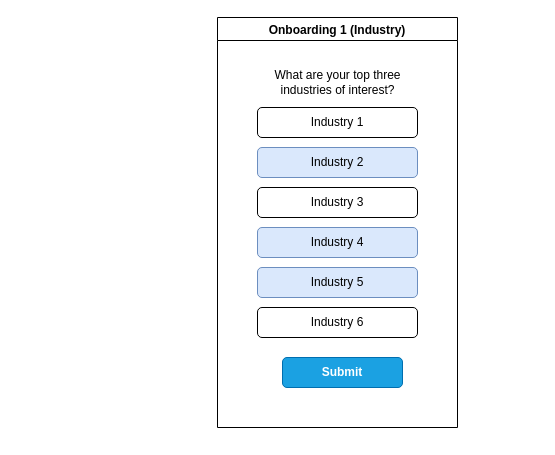
Before: kryptr-mvp-wireframes.drawio in nullthefirst/drawio-assets, a draw.io diagram. Source tidied: cells renumbered, new cells numbered last; positions are measured from the earlier drawing's top-left corner, leaving out a move shared by most shapes. Both pictures are drawn from the tidied source at 100%, with x=0, y=0 at pixel (217, 17).
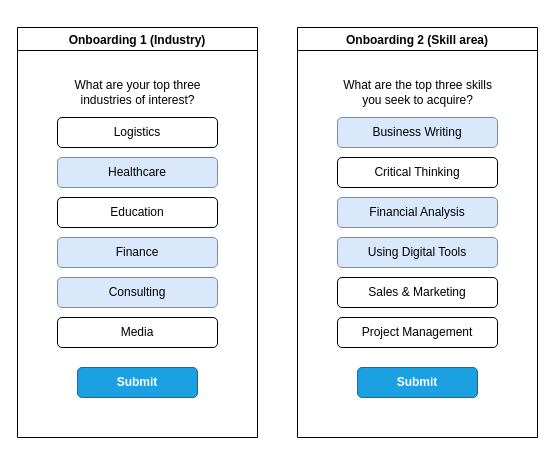
The same page after the edit.

Commit message:
Setup onboarding elements (skill area)

The edit, as a diff of the source:
```diff
@@
+    <mxCell id="11" style="group;fillColor=default;" parent="1" vertex="1">
+      <mxGeometry x="-200" y="10" width="240" height="410" as="geometry" />
+    </mxCell>
+    <mxCell id="10" value="Onboarding 1 (Industry)" style="swimlane;" parent="11" vertex="1">
+      <mxGeometry width="240" height="410" as="geometry" />
+    </mxCell>
+    <mxCell id="9" value="&lt;b&gt;Submit&lt;/b&gt;" style="rounded=1;whiteSpace=wrap;html=1;fillColor=#1ba1e2;fontColor=#ffffff;strokeColor=#006EAF;" parent="10" vertex="1">
+      <mxGeometry x="60" y="340" width="120" height="30" as="geometry" />
+    </mxCell>
+    <mxCell id="12" style="group;" parent="11" vertex="1">
+      <mxGeometry x="40" y="50" width="160" height="270" as="geometry" />
+    </mxCell>
-    <mxCell id="2" value="Industry 1" style="rounded=1;whiteSpace=wrap;html=1;" parent="1" vertex="1">
-      <mxGeometry x="40" y="90" width="160" height="30" as="geometry" />
+    <mxCell id="2" value="Logistics" style="rounded=1;whiteSpace=wrap;html=1;" parent="12" vertex="1">
+      <mxGeometry y="40" width="160" height="30" as="geometry" />
     </mxCell>
-    <mxCell id="3" value="Industry 2" style="rounded=1;whiteSpace=wrap;html=1;fillColor=#dae8fc;strokeColor=#6c8ebf;" parent="1" vertex="1">
-      <mxGeometry x="40" y="130" width="160" height="30" as="geometry" />
+    <mxCell id="3" value="Healthcare" style="rounded=1;whiteSpace=wrap;html=1;fillColor=#dae8fc;strokeColor=#6c8ebf;" parent="12" vertex="1">
+      <mxGeometry y="80" width="160" height="30" as="geometry" />
     </mxCell>
-    <mxCell id="4" value="Industry 3" style="rounded=1;whiteSpace=wrap;html=1;" parent="1" vertex="1">
-      <mxGeometry x="40" y="170" width="160" height="30" as="geometry" />
+    <mxCell id="4" value="Education" style="rounded=1;whiteSpace=wrap;html=1;" parent="12" vertex="1">
+      <mxGeometry y="120" width="160" height="30" as="geometry" />
     </mxCell>
-    <mxCell id="5" value="Industry 4" style="rounded=1;whiteSpace=wrap;html=1;fillColor=#dae8fc;strokeColor=#6c8ebf;" parent="1" vertex="1">
-      <mxGeometry x="40" y="210" width="160" height="30" as="geometry" />
+    <mxCell id="5" value="Finance" style="rounded=1;whiteSpace=wrap;html=1;fillColor=#dae8fc;strokeColor=#6c8ebf;" parent="12" vertex="1">
+      <mxGeometry y="160" width="160" height="30" as="geometry" />
     </mxCell>
-    <mxCell id="6" value="Industry 5" style="rounded=1;whiteSpace=wrap;html=1;fillColor=#dae8fc;strokeColor=#6c8ebf;" parent="1" vertex="1">
-      <mxGeometry x="40" y="250" width="160" height="30" as="geometry" />
+    <mxCell id="6" value="Consulting" style="rounded=1;whiteSpace=wrap;html=1;fillColor=#dae8fc;strokeColor=#6c8ebf;" parent="12" vertex="1">
+      <mxGeometry y="200" width="160" height="30" as="geometry" />
     </mxCell>
-    <mxCell id="7" value="What are your top three&lt;br&gt;industries of interest?" style="text;html=1;align=center;verticalAlign=middle;fillColor=none;strokeColor=none;rounded=0;" parent="1" vertex="1">
-      <mxGeometry x="50" y="50" width="140" height="30" as="geometry" />
+    <mxCell id="7" value="What are your top three&lt;br&gt;industries of interest?" style="text;html=1;align=center;verticalAlign=middle;fillColor=none;strokeColor=none;rounded=0;" parent="12" vertex="1">
+      <mxGeometry x="10" width="140" height="30" as="geometry" />
     </mxCell>
-    <mxCell id="8" value="Industry 6" style="rounded=1;whiteSpace=wrap;html=1;" parent="1" vertex="1">
-      <mxGeometry x="40" y="290" width="160" height="30" as="geometry" />
+    <mxCell id="8" value="Media" style="rounded=1;whiteSpace=wrap;html=1;" parent="12" vertex="1">
+      <mxGeometry y="240" width="160" height="30" as="geometry" />
     </mxCell>
-    <mxCell id="9" value="&lt;b&gt;Submit&lt;/b&gt;" style="rounded=1;whiteSpace=wrap;html=1;fillColor=#1ba1e2;fontColor=#ffffff;strokeColor=#006EAF;" parent="1" vertex="1">
-      <mxGeometry x="65" y="340" width="120" height="30" as="geometry" />
-    </mxCell>
-    <mxCell id="10" value="Onboarding 1 (Industry)" style="swimlane;" parent="1" vertex="1">
-      <mxGeometry width="240" height="410" as="geometry" />
-    </mxCell>
+    <mxCell id="13" style="group;fillColor=default;" parent="1" vertex="1">
+      <mxGeometry x="80" y="10" width="240" height="410" as="geometry" />
+    </mxCell>
+    <mxCell id="14" value="Onboarding 2 (Skill area)" style="swimlane;" parent="13" vertex="1">
+      <mxGeometry width="240" height="410" as="geometry" />
+    </mxCell>
+    <mxCell id="15" value="&lt;b&gt;Submit&lt;/b&gt;" style="rounded=1;whiteSpace=wrap;html=1;fillColor=#1ba1e2;fontColor=#ffffff;strokeColor=#006EAF;" parent="14" vertex="1">
+      <mxGeometry x="60" y="340" width="120" height="30" as="geometry" />
+    </mxCell>
+    <mxCell id="16" style="group;" parent="13" vertex="1">
+      <mxGeometry x="40" y="50" width="160" height="270" as="geometry" />
+    </mxCell>
+    <mxCell id="17" value="Business Writing&lt;br&gt;" style="rounded=1;whiteSpace=wrap;html=1;fillColor=#dae8fc;strokeColor=#6c8ebf;" parent="16" vertex="1">
+      <mxGeometry y="40" width="160" height="30" as="geometry" />
+    </mxCell>
+    <mxCell id="18" value="Critical Thinking" style="rounded=1;whiteSpace=wrap;html=1;" parent="16" vertex="1">
+      <mxGeometry y="80" width="160" height="30" as="geometry" />
+    </mxCell>
+    <mxCell id="19" value="Financial Analysis" style="rounded=1;whiteSpace=wrap;html=1;fillColor=#dae8fc;strokeColor=#6c8ebf;" parent="16" vertex="1">
+      <mxGeometry y="120" width="160" height="30" as="geometry" />
+    </mxCell>
+    <mxCell id="20" value="Using Digital Tools" style="rounded=1;whiteSpace=wrap;html=1;fillColor=#dae8fc;strokeColor=#6c8ebf;" parent="16" vertex="1">
+      <mxGeometry y="160" width="160" height="30" as="geometry" />
+    </mxCell>
+    <mxCell id="21" value="Sales &amp;amp; Marketing" style="rounded=1;whiteSpace=wrap;html=1;" parent="16" vertex="1">
+      <mxGeometry y="200" width="160" height="30" as="geometry" />
+    </mxCell>
+    <mxCell id="22" value="What are the top three skills&lt;br&gt;you seek to acquire?" style="text;html=1;align=center;verticalAlign=middle;fillColor=none;strokeColor=none;rounded=0;" parent="16" vertex="1">
+      <mxGeometry width="160" height="30" as="geometry" />
+    </mxCell>
+    <mxCell id="23" value="Project Management" style="rounded=1;whiteSpace=wrap;html=1;" parent="16" vertex="1">
+      <mxGeometry y="240" width="160" height="30" as="geometry" />
+    </mxCell>
```
